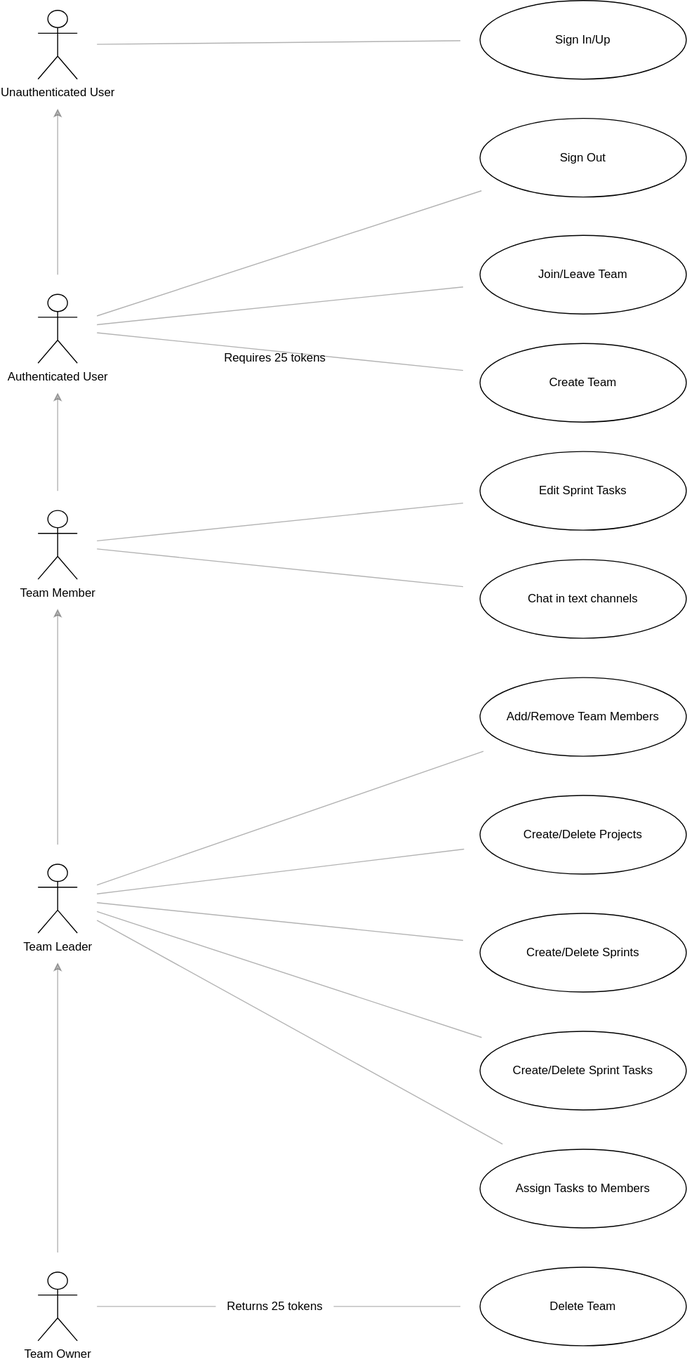
Above: packages/domain/src/use-cases/index.drawio.svg in john-prutton/tarc (draw.io), before the change. Source tidied: cells renumbered, new cells last; positions are measured from the earlier drawing's top-left corner, leaving out a move shared by most shapes.
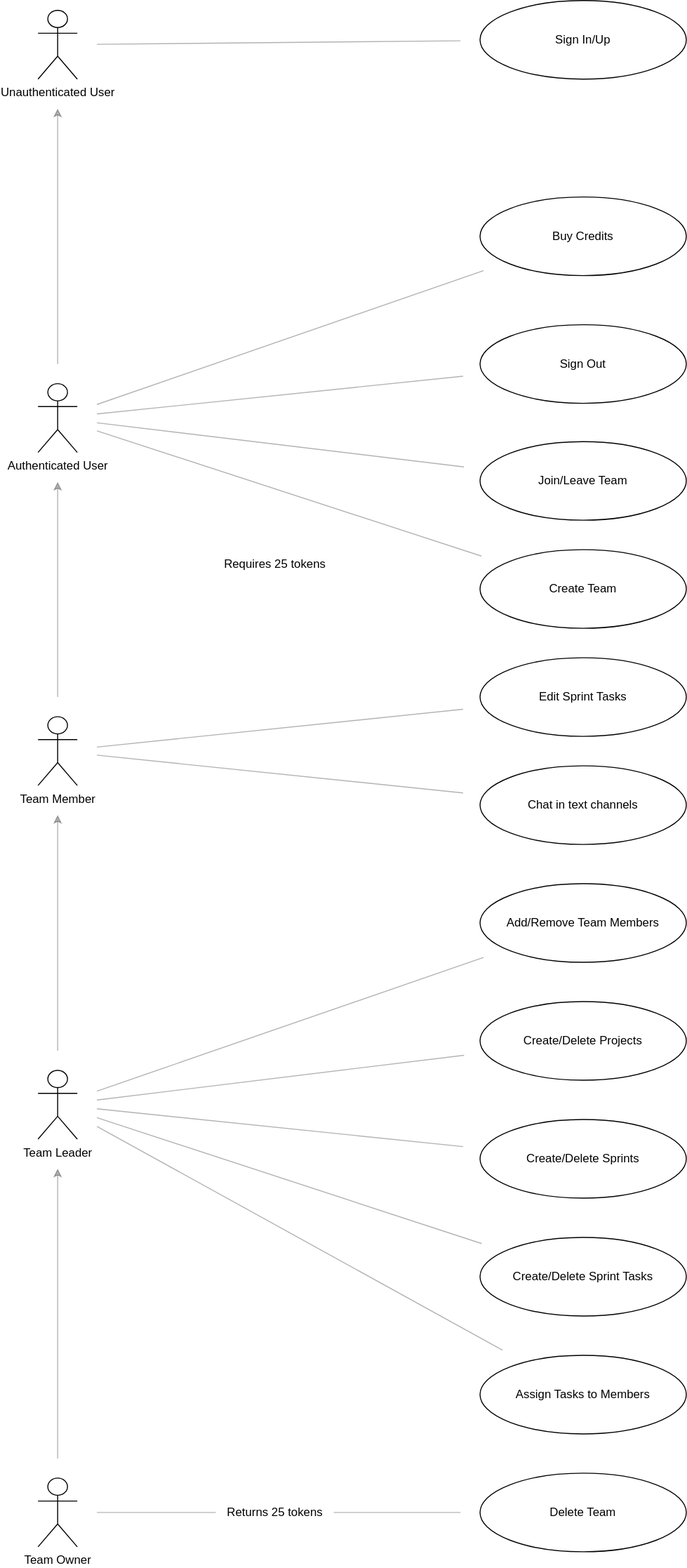
After the change.

Commit message:
planning: create sequence diagram showing how to purchase credits

The edit, as a diff of the source:
```diff
@@ -63,7 +63,7 @@
       <mxGeometry relative="1" as="geometry" />
     </mxCell>
     <mxCell id="22" value="Authenticated User" style="shape=umlActor;verticalLabelPosition=bottom;verticalAlign=top;html=1;outlineConnect=0;" parent="1" vertex="1">
-      <mxGeometry y="299" width="40" height="70" as="geometry" />
+      <mxGeometry y="180" width="40" height="70" as="geometry" />
     </mxCell>
     <mxCell id="23" value="Create Team" style="ellipse;whiteSpace=wrap;html=1;" parent="1" vertex="1">
       <mxGeometry x="450" y="349" width="210" height="80" as="geometry" />
@@ -96,7 +96,7 @@
       <mxGeometry relative="1" as="geometry" />
     </mxCell>
     <mxCell id="33" value="Unauthenticated User" style="shape=umlActor;verticalLabelPosition=bottom;verticalAlign=top;html=1;outlineConnect=0;" parent="1" vertex="1">
-      <mxGeometry y="10" width="40" height="70" as="geometry" />
+      <mxGeometry y="-200" width="40" height="70" as="geometry" />
     </mxCell>
     <mxCell id="34" value="Sign Out" style="ellipse;whiteSpace=wrap;html=1;" parent="1" vertex="1">
       <mxGeometry x="450" y="120" width="210" height="80" as="geometry" />
@@ -105,10 +105,16 @@
       <mxGeometry relative="1" as="geometry" />
     </mxCell>
     <mxCell id="36" value="Sign In/Up" style="ellipse;whiteSpace=wrap;html=1;" parent="1" vertex="1">
-      <mxGeometry x="450" width="210" height="80" as="geometry" />
+      <mxGeometry x="450" y="-210" width="210" height="80" as="geometry" />
     </mxCell>
     <mxCell id="37" style="rounded=0;jettySize=auto;html=1;endArrow=classic;endFill=1;targetPerimeterSpacing=30;sourcePerimeterSpacing=20;endSize=6;opacity=30;startArrow=none;startFill=0;" parent="1" edge="1" source="22" target="33">
       <mxGeometry relative="1" as="geometry" />
     </mxCell>
+    <mxCell id="38" style="rounded=0;jettySize=auto;html=1;endArrow=none;endFill=0;targetPerimeterSpacing=20;sourcePerimeterSpacing=20;endSize=6;opacity=30;" parent="1" edge="1" source="22" target="39">
+      <mxGeometry relative="1" as="geometry" />
+    </mxCell>
+    <mxCell id="39" value="Buy Credits" style="ellipse;whiteSpace=wrap;html=1;" parent="1" vertex="1">
+      <mxGeometry x="450" y="-10" width="210" height="80" as="geometry" />
+    </mxCell>
   </root>
 </mxGraphModel>
```
